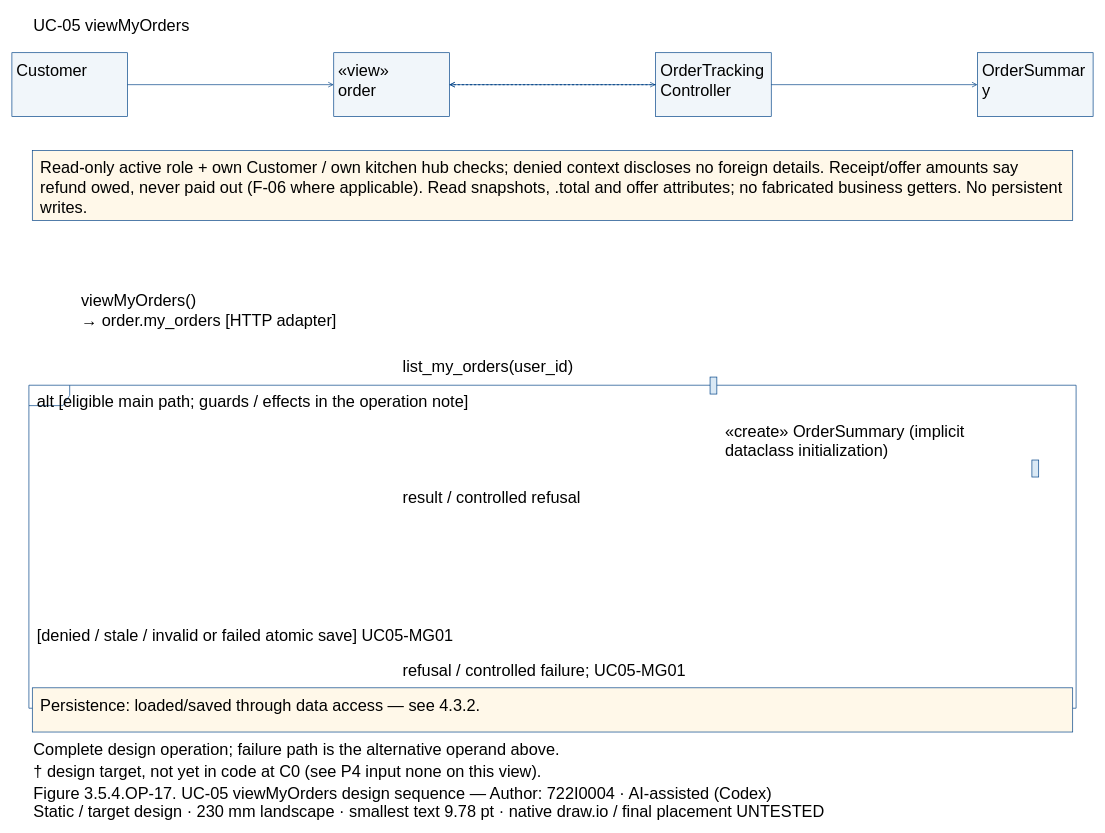
The draw.io diagram models/UC-05/seq_uc05_viewMyOrders.drawio in Dat071104/SaigonBite, before the edit. Source tidied: cells renumbered, new cells numbered last; positions are measured from the earlier drawing's top-left corner, leaving out a move shared by most shapes. Both pictures are drawn from the tidied source at 68%, with x=0, y=0 at pixel (12, 12).
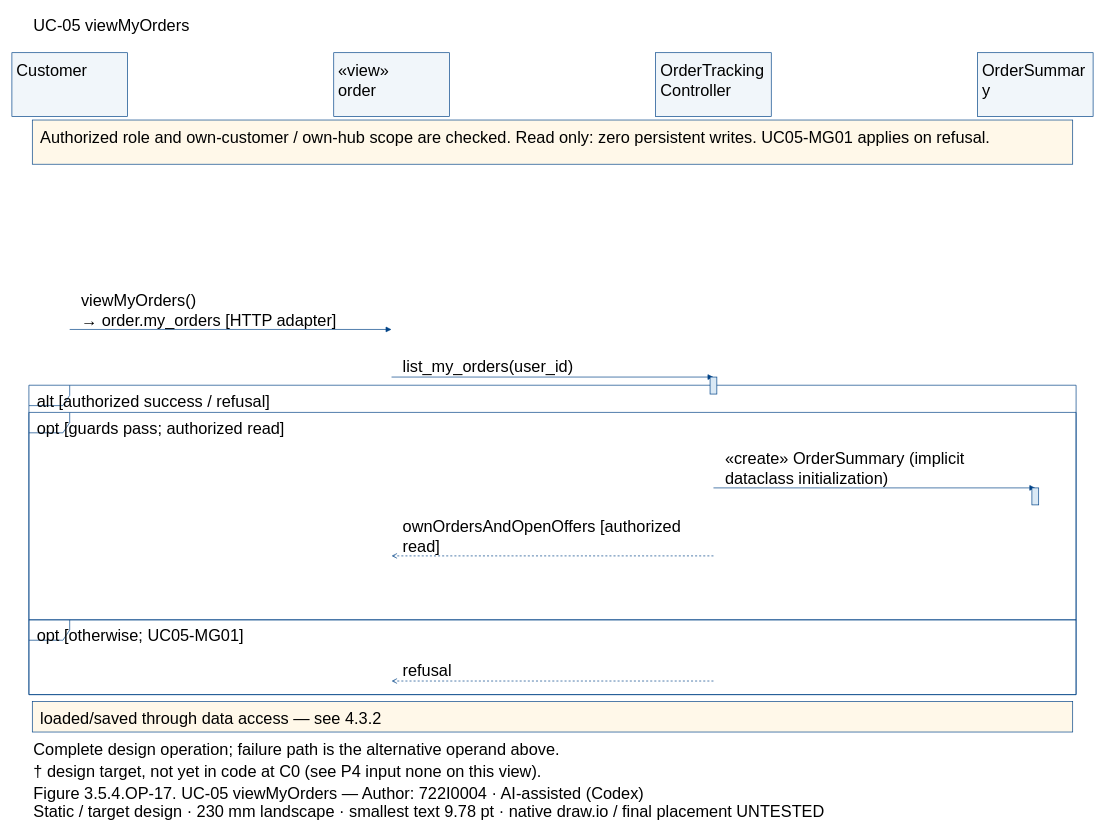
The same page after the edit.

The change refers to these unchanged cells:
```xml
<mxCell id="3" style="fillColor=#F1F6FA;strokeColor=#004387;fontFamily=Arial;fontSize=24;whiteSpace=wrap;html=0;" parent="1" vertex="1">
  <mxGeometry y="60" width="170" height="94" as="geometry" />
</mxCell>
<mxCell id="5" style="fillColor=#F1F6FA;strokeColor=#004387;fontFamily=Arial;fontSize=24;whiteSpace=wrap;html=0;" parent="1" vertex="1">
  <mxGeometry x="473.3" y="60" width="170" height="94" as="geometry" />
</mxCell>
<mxCell id="7" style="fillColor=#F1F6FA;strokeColor=#004387;fontFamily=Arial;fontSize=24;whiteSpace=wrap;html=0;" parent="1" vertex="1">
  <mxGeometry x="946.7" y="60" width="170" height="94" as="geometry" />
</mxCell>
<mxCell id="9" style="fillColor=#F1F6FA;strokeColor=#004387;fontFamily=Arial;fontSize=24;whiteSpace=wrap;html=0;" parent="1" vertex="1">
  <mxGeometry x="1420" y="60" width="170" height="94" as="geometry" />
</mxCell>
```

Change to the diagram source:
```diff
@@
-    <mxCell id="11" style="fillColor=white;strokeColor=#004387;shape=umlFrame;fillColor=none;fontFamily=Arial;fontSize=24;whiteSpace=wrap;html=0;" parent="1" vertex="1">
-      <mxGeometry x="25" y="549" width="1540" height="475" as="geometry" />
-    </mxCell>
-    <mxCell id="12" value="alt [eligible main path; guards / effects in the operation note]" style="text;align=left;verticalAlign=top;strokeColor=none;fillColor=none;fontFamily=Arial;fontSize=24;whiteSpace=wrap;html=0;" parent="1" vertex="1">
-      <mxGeometry x="35" y="552" width="1520" height="27.6" as="geometry" />
-    </mxCell>
-    <mxCell id="13" value="[denied / stale / invalid or failed atomic save] UC05-MG01" style="text;align=left;verticalAlign=top;strokeColor=none;fillColor=none;fontFamily=Arial;fontSize=24;whiteSpace=wrap;html=0;" parent="1" vertex="1">
-      <mxGeometry x="35" y="897" width="1520" height="27.6" as="geometry" />
-    </mxCell>
-    <mxCell id="14" style="fillColor=#FFF8E9;strokeColor=#004387;fontFamily=Arial;fontSize=24;whiteSpace=wrap;html=0;" parent="1" vertex="1">
-      <mxGeometry x="30" y="204" width="1530" height="102.8" as="geometry" />
-    </mxCell>
-    <mxCell id="15" value="Read-only active role + own Customer / own kitchen hub checks; denied context discloses no foreign details. Receipt/offer amounts say&#10;refund owed, never paid out (F-06 where applicable). Read snapshots, .total and offer attributes; no fabricated business getters. No persistent&#10;writes." style="text;align=left;verticalAlign=top;strokeColor=none;fillColor=none;fontFamily=Arial;fontSize=24;whiteSpace=wrap;html=0;" parent="1" vertex="1">
-      <mxGeometry x="40" y="209" width="1510" height="82.8" as="geometry" />
-    </mxCell>
-    <mxCell id="16" style="fillColor=#FFF8E9;strokeColor=#004387;fontFamily=Arial;fontSize=24;whiteSpace=wrap;html=0;" parent="1" vertex="1">
-      <mxGeometry x="30" y="994" width="1530" height="65" as="geometry" />
-    </mxCell>
-    <mxCell id="17" value="Persistence: loaded/saved through data access — see 4.3.2." style="text;align=left;verticalAlign=top;strokeColor=none;fillColor=none;fontFamily=Arial;fontSize=24;whiteSpace=wrap;html=0;" parent="1" vertex="1">
-      <mxGeometry x="40" y="999" width="1510" height="27.6" as="geometry" />
-    </mxCell>
-    <mxCell id="18" style="edgeStyle=none;endArrow=open;strokeColor=#004387;" parent="1" edge="1" source="3" target="5">
-      <mxGeometry relative="1" as="geometry" />
-    </mxCell>
+    <mxCell id="34" style="fillColor=white;strokeColor=#004387;shape=umlFrame;fillColor=none;fontFamily=Arial;fontSize=24;whiteSpace=wrap;html=0;" parent="1" vertex="1">
+      <mxGeometry x="25" y="549" width="1540" height="455" as="geometry" />
+    </mxCell>
+    <mxCell id="35" value="alt [authorized success / refusal]" style="text;align=left;verticalAlign=top;strokeColor=none;fillColor=none;fontFamily=Arial;fontSize=24;whiteSpace=wrap;html=0;" parent="1" vertex="1">
+      <mxGeometry x="35" y="552" width="1520" height="27.6" as="geometry" />
+    </mxCell>
+    <mxCell id="36" style="fillColor=white;strokeColor=#004387;shape=umlFrame;fillColor=none;fontFamily=Arial;fontSize=24;whiteSpace=wrap;html=0;" parent="1" vertex="1">
+      <mxGeometry x="25" y="589" width="1540" height="305" as="geometry" />
+    </mxCell>
+    <mxCell id="37" value="opt [guards pass; authorized read]" style="text;align=left;verticalAlign=top;strokeColor=none;fillColor=none;fontFamily=Arial;fontSize=24;whiteSpace=wrap;html=0;" parent="1" vertex="1">
+      <mxGeometry x="35" y="592" width="1520" height="27.6" as="geometry" />
+    </mxCell>
+    <mxCell id="38" style="fillColor=white;strokeColor=#004387;shape=umlFrame;fillColor=none;fontFamily=Arial;fontSize=24;whiteSpace=wrap;html=0;" parent="1" vertex="1">
+      <mxGeometry x="25" y="894" width="1540" height="110" as="geometry" />
+    </mxCell>
+    <mxCell id="39" value="opt [otherwise; UC05-MG01]" style="text;align=left;verticalAlign=top;strokeColor=none;fillColor=none;fontFamily=Arial;fontSize=24;whiteSpace=wrap;html=0;" parent="1" vertex="1">
+      <mxGeometry x="35" y="897" width="1520" height="27.6" as="geometry" />
+    </mxCell>
+    <mxCell id="40" style="fillColor=#FFF8E9;strokeColor=#004387;fontFamily=Arial;fontSize=24;whiteSpace=wrap;html=0;" parent="1" vertex="1">
+      <mxGeometry x="30" y="159" width="1530" height="65" as="geometry" />
+    </mxCell>
+    <mxCell id="41" value="Authorized role and own-customer / own-hub scope are checked. Read only: zero persistent writes. UC05-MG01 applies on refusal." style="text;align=left;verticalAlign=top;strokeColor=none;fillColor=none;fontFamily=Arial;fontSize=24;whiteSpace=wrap;html=0;" parent="1" vertex="1">
+      <mxGeometry x="40" y="164" width="1510" height="27.6" as="geometry" />
+    </mxCell>
+    <mxCell id="42" style="fillColor=#FFF8E9;strokeColor=#004387;fontFamily=Arial;fontSize=24;whiteSpace=wrap;html=0;" parent="1" vertex="1">
+      <mxGeometry x="30" y="1014" width="1530" height="45" as="geometry" />
+    </mxCell>
+    <mxCell id="43" value="loaded/saved through data access — see 4.3.2" style="text;align=left;verticalAlign=top;strokeColor=none;fillColor=none;fontFamily=Arial;fontSize=24;whiteSpace=wrap;html=0;" parent="1" vertex="1">
+      <mxGeometry x="40" y="1019" width="1510" height="27.6" as="geometry" />
+    </mxCell>
+    <mxCell id="44" style="opacity=0;strokeColor=none;fillColor=none;fontFamily=Arial;fontSize=24;whiteSpace=wrap;html=0;" parent="1" vertex="1">
+      <mxGeometry x="84.5" y="466.5" width="1" height="1" as="geometry" />
+    </mxCell>
+    <mxCell id="45" style="opacity=0;strokeColor=none;fillColor=none;fontFamily=Arial;fontSize=24;whiteSpace=wrap;html=0;" parent="1" vertex="1">
+      <mxGeometry x="557.8" y="466.5" width="1" height="1" as="geometry" />
+    </mxCell>
+    <mxCell id="46" style="edgeStyle=none;endArrow=block;endFill=1;strokeColor=#004387;exitX=0.5;exitY=0.5;exitPerimeter=0;entryX=0.5;entryY=0.5;entryPerimeter=0;" parent="1" edge="1" source="44" target="45">
+      <mxGeometry relative="1" as="geometry" />
+    </mxCell>
@@
-    <mxCell id="20" style="edgeStyle=none;endArrow=open;strokeColor=#004387;" parent="1" edge="1" source="5" target="7">
-      <mxGeometry relative="1" as="geometry" />
-    </mxCell>
+    <mxCell id="47" style="opacity=0;strokeColor=none;fillColor=none;fontFamily=Arial;fontSize=24;whiteSpace=wrap;html=0;" parent="1" vertex="1">
+      <mxGeometry x="557.8" y="536.5" width="1" height="1" as="geometry" />
+    </mxCell>
+    <mxCell id="48" style="opacity=0;strokeColor=none;fillColor=none;fontFamily=Arial;fontSize=24;whiteSpace=wrap;html=0;" parent="1" vertex="1">
+      <mxGeometry x="1031.2" y="536.5" width="1" height="1" as="geometry" />
+    </mxCell>
+    <mxCell id="49" style="edgeStyle=none;endArrow=block;endFill=1;strokeColor=#004387;exitX=0.5;exitY=0.5;exitPerimeter=0;entryX=0.5;entryY=0.5;entryPerimeter=0;" parent="1" edge="1" source="47" target="48">
+      <mxGeometry relative="1" as="geometry" />
+    </mxCell>
@@
-    <mxCell id="22" style="fillColor=#DAE9F5;strokeColor=#004387;fontFamily=Arial;fontSize=24;whiteSpace=wrap;html=0;" parent="1" vertex="1">
-      <mxGeometry x="1026.7" y="537" width="10" height="25" as="geometry" />
-    </mxCell>
-    <mxCell id="23" style="edgeStyle=none;endArrow=open;strokeColor=#004387;" parent="1" edge="1" source="7" target="9">
-      <mxGeometry relative="1" as="geometry" />
-    </mxCell>
+    <mxCell id="25" style="fillColor=#DAE9F5;strokeColor=#004387;fontFamily=Arial;fontSize=24;whiteSpace=wrap;html=0;" parent="1" vertex="1">
+      <mxGeometry x="1026.7" y="537" width="10" height="25" as="geometry" />
+    </mxCell>
+    <mxCell id="50" style="opacity=0;strokeColor=none;fillColor=none;fontFamily=Arial;fontSize=24;whiteSpace=wrap;html=0;" parent="1" vertex="1">
+      <mxGeometry x="1031.2" y="699.5" width="1" height="1" as="geometry" />
+    </mxCell>
+    <mxCell id="51" style="opacity=0;strokeColor=none;fillColor=none;fontFamily=Arial;fontSize=24;whiteSpace=wrap;html=0;" parent="1" vertex="1">
+      <mxGeometry x="1504.5" y="699.5" width="1" height="1" as="geometry" />
+    </mxCell>
+    <mxCell id="52" style="edgeStyle=none;endArrow=block;endFill=1;strokeColor=#004387;exitX=0.5;exitY=0.5;exitPerimeter=0;entryX=0.5;entryY=0.5;entryPerimeter=0;" parent="1" edge="1" source="50" target="51">
+      <mxGeometry relative="1" as="geometry" />
+    </mxCell>
     <mxCell id="24" value="«create» OrderSummary (implicit&#10;dataclass initialization)" style="text;align=left;verticalAlign=top;strokeColor=none;fillColor=none;fontFamily=Arial;fontSize=24;whiteSpace=wrap;html=0;" parent="1" vertex="1">
-      <mxGeometry x="1046.7" y="595.8" width="443.3" height="55.2" as="geometry" />
+      <mxGeometry x="1046.7" y="636.8" width="443.3" height="55.2" as="geometry" />
     </mxCell>
-    <mxCell id="25" style="fillColor=#DAE9F5;strokeColor=#004387;fontFamily=Arial;fontSize=24;whiteSpace=wrap;html=0;" parent="1" vertex="1">
-      <mxGeometry x="1500" y="659" width="10" height="25" as="geometry" />
-    </mxCell>
-    <mxCell id="26" style="edgeStyle=none;endArrow=open;dashed=1;strokeColor=#004387;" parent="1" edge="1" source="7" target="5">
-      <mxGeometry relative="1" as="geometry" />
-    </mxCell>
-    <mxCell id="27" value="result / controlled refusal" style="text;align=left;verticalAlign=top;strokeColor=none;fillColor=none;fontFamily=Arial;fontSize=24;whiteSpace=wrap;html=0;" parent="1" vertex="1">
-      <mxGeometry x="573.3" y="693.4" width="443.3" height="27.6" as="geometry" />
-    </mxCell>
-    <mxCell id="28" style="edgeStyle=none;endArrow=open;dashed=1;strokeColor=#004387;" parent="1" edge="1" source="7" target="5">
-      <mxGeometry relative="1" as="geometry" />
-    </mxCell>
-    <mxCell id="29" value="refusal / controlled failure; UC05-MG01" style="text;align=left;verticalAlign=top;strokeColor=none;fillColor=none;fontFamily=Arial;fontSize=24;whiteSpace=wrap;html=0;" parent="1" vertex="1">
-      <mxGeometry x="573.3" y="948.4" width="443.3" height="27.6" as="geometry" />
-    </mxCell>
-    <mxCell id="30" value="Complete design operation; failure path is the alternative operand above." style="text;align=left;verticalAlign=top;strokeColor=none;fillColor=none;fontFamily=Arial;fontSize=24;whiteSpace=wrap;html=0;" parent="1" vertex="1">
-      <mxGeometry x="30" y="1064" width="1530" height="27.6" as="geometry" />
-    </mxCell>
+    <mxCell id="53" style="fillColor=#DAE9F5;strokeColor=#004387;fontFamily=Arial;fontSize=24;whiteSpace=wrap;html=0;" parent="1" vertex="1">
+      <mxGeometry x="1500" y="700" width="10" height="25" as="geometry" />
+    </mxCell>
+    <mxCell id="54" style="opacity=0;strokeColor=none;fillColor=none;fontFamily=Arial;fontSize=24;whiteSpace=wrap;html=0;" parent="1" vertex="1">
+      <mxGeometry x="1031.2" y="799.5" width="1" height="1" as="geometry" />
+    </mxCell>
+    <mxCell id="55" style="opacity=0;strokeColor=none;fillColor=none;fontFamily=Arial;fontSize=24;whiteSpace=wrap;html=0;" parent="1" vertex="1">
+      <mxGeometry x="557.8" y="799.5" width="1" height="1" as="geometry" />
+    </mxCell>
+    <mxCell id="56" style="edgeStyle=none;endArrow=open;endFill=0;dashed=1;strokeColor=#004387;exitX=0.5;exitY=0.5;exitPerimeter=0;entryX=0.5;entryY=0.5;entryPerimeter=0;" parent="1" edge="1" source="54" target="55">
+      <mxGeometry relative="1" as="geometry" />
+    </mxCell>
+    <mxCell id="57" value="ownOrdersAndOpenOffers [authorized&#10;read]" style="text;align=left;verticalAlign=top;strokeColor=none;fillColor=none;fontFamily=Arial;fontSize=24;whiteSpace=wrap;html=0;" parent="1" vertex="1">
+      <mxGeometry x="573.3" y="736.8" width="443.3" height="55.2" as="geometry" />
+    </mxCell>
+    <mxCell id="58" style="opacity=0;strokeColor=none;fillColor=none;fontFamily=Arial;fontSize=24;whiteSpace=wrap;html=0;" parent="1" vertex="1">
+      <mxGeometry x="1031.2" y="983.5" width="1" height="1" as="geometry" />
+    </mxCell>
+    <mxCell id="59" style="opacity=0;strokeColor=none;fillColor=none;fontFamily=Arial;fontSize=24;whiteSpace=wrap;html=0;" parent="1" vertex="1">
+      <mxGeometry x="557.8" y="983.5" width="1" height="1" as="geometry" />
+    </mxCell>
+    <mxCell id="60" style="edgeStyle=none;endArrow=open;endFill=0;dashed=1;strokeColor=#004387;exitX=0.5;exitY=0.5;exitPerimeter=0;entryX=0.5;entryY=0.5;entryPerimeter=0;" parent="1" edge="1" source="58" target="59">
+      <mxGeometry relative="1" as="geometry" />
+    </mxCell>
+    <mxCell id="61" value="refusal" style="text;align=left;verticalAlign=top;strokeColor=none;fillColor=none;fontFamily=Arial;fontSize=24;whiteSpace=wrap;html=0;" parent="1" vertex="1">
+      <mxGeometry x="573.3" y="948.4" width="443.3" height="27.6" as="geometry" />
+    </mxCell>
+    <mxCell id="33" value="Complete design operation; failure path is the alternative operand above." style="text;align=left;verticalAlign=top;strokeColor=none;fillColor=none;fontFamily=Arial;fontSize=24;whiteSpace=wrap;html=0;" parent="1" vertex="1">
+      <mxGeometry x="30" y="1064" width="1530" height="27.6" as="geometry" />
+    </mxCell>
@@
-    <mxCell id="32" value="Figure 3.5.4.OP-17. UC-05 viewMyOrders design sequence — Author: 722I0004 · AI-assisted (Codex)" style="text;align=left;verticalAlign=top;strokeColor=none;fillColor=none;fontFamily=Arial;fontSize=24;whiteSpace=wrap;html=0;" parent="1" vertex="1">
-      <mxGeometry x="30" y="1129" width="1530" height="27.6" as="geometry" />
-    </mxCell>
-    <mxCell id="33" value="Static / target design · 230 mm landscape · smallest text 9.78 pt · native draw.io / final placement UNTESTED" style="text;align=left;verticalAlign=top;strokeColor=none;fillColor=none;fontFamily=Arial;fontSize=24;whiteSpace=wrap;html=0;" parent="1" vertex="1">
-      <mxGeometry x="30" y="1155" width="1530" height="27.6" as="geometry" />
-    </mxCell>
+    <mxCell id="62" value="Figure 3.5.4.OP-17. UC-05 viewMyOrders — Author: 722I0004 · AI-assisted (Codex)" style="text;align=left;verticalAlign=top;strokeColor=none;fillColor=none;fontFamily=Arial;fontSize=24;whiteSpace=wrap;html=0;" parent="1" vertex="1">
+      <mxGeometry x="30" y="1129" width="1530" height="27.6" as="geometry" />
+    </mxCell>
+    <mxCell id="63" value="Static / target design · 230 mm landscape · smallest text 9.78 pt · native draw.io / final placement UNTESTED" style="text;align=left;verticalAlign=top;strokeColor=none;fillColor=none;fontFamily=Arial;fontSize=24;whiteSpace=wrap;html=0;" parent="1" vertex="1">
+      <mxGeometry x="30" y="1155" width="1530" height="27.6" as="geometry" />
+    </mxCell>
```
